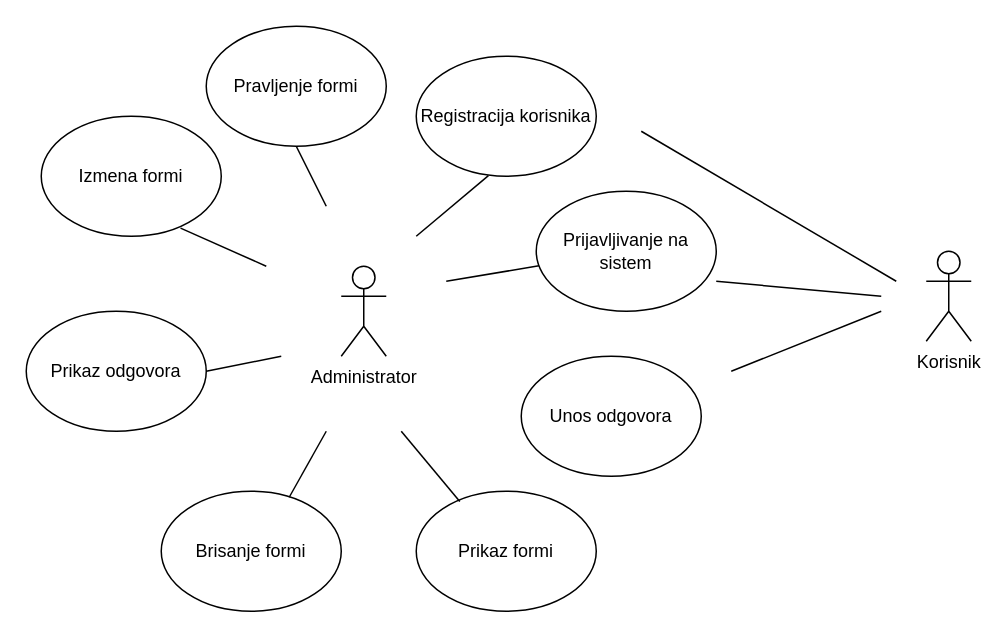
anatomasevic/phpbloog keeps this draw.io diagram as page "Page-1" (1 of 16) of Untitled Diagram.drawio. Above is the earlier version. Source tidied: cells renumbered, new cells numbered last; positions are measured from the earlier drawing's top-left corner, leaving out a move shared by most shapes. Both pictures are drawn from the tidied source at 150%, with x=0, y=0 at pixel (26, 26).
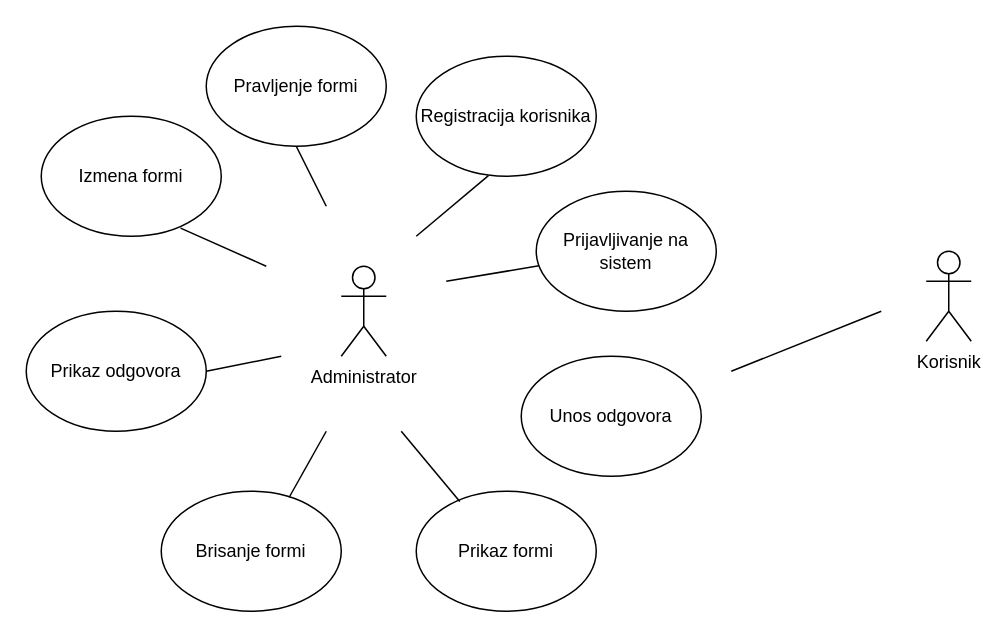
The same diagram, later.

Diff of the diagram source:
```diff
@@
-    <mxCell id="19" style="endArrow=none;html=1;rounded=0;fontSize=12;" parent="1" edge="1">
-      <mxGeometry relative="1" as="geometry">
-        <mxPoint x="410" y="70" as="sourcePoint" />
-        <mxPoint x="580" y="170" as="targetPoint" />
-      </mxGeometry>
-    </mxCell>
-    <mxCell id="20" style="endArrow=none;html=1;rounded=0;fontSize=12;" parent="1" edge="1">
-      <mxGeometry relative="1" as="geometry">
-        <mxPoint x="460" y="170" as="sourcePoint" />
-        <mxPoint x="570" y="180" as="targetPoint" />
-      </mxGeometry>
-    </mxCell>
```
